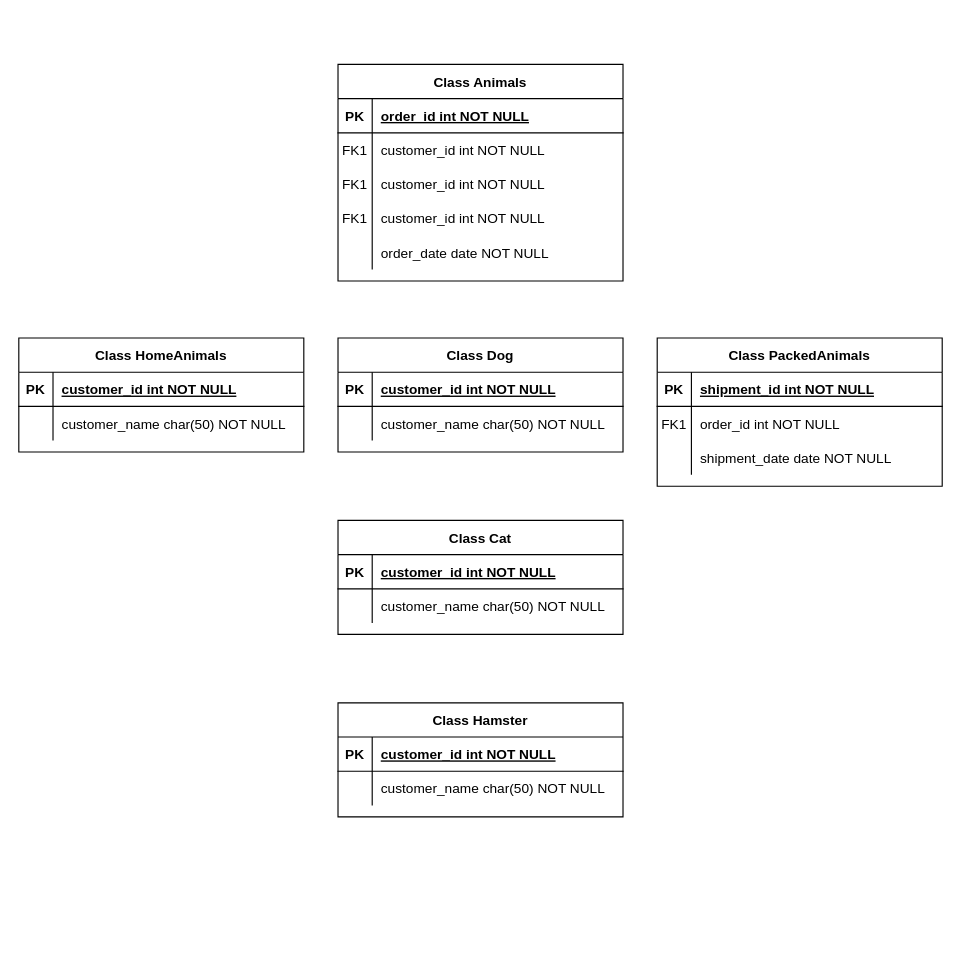
The draw.io diagram ClassesAnimals.drawio in 196-PetrT/GB_ControlWork3_Petr_T, before the edit. Source tidied: cells renumbered, new cells numbered last; positions are measured from the earlier drawing's top-left corner, leaving out a move shared by most shapes. Both pictures are drawn from the tidied source at 114%, with x=0, y=0 at pixel (18, 64).
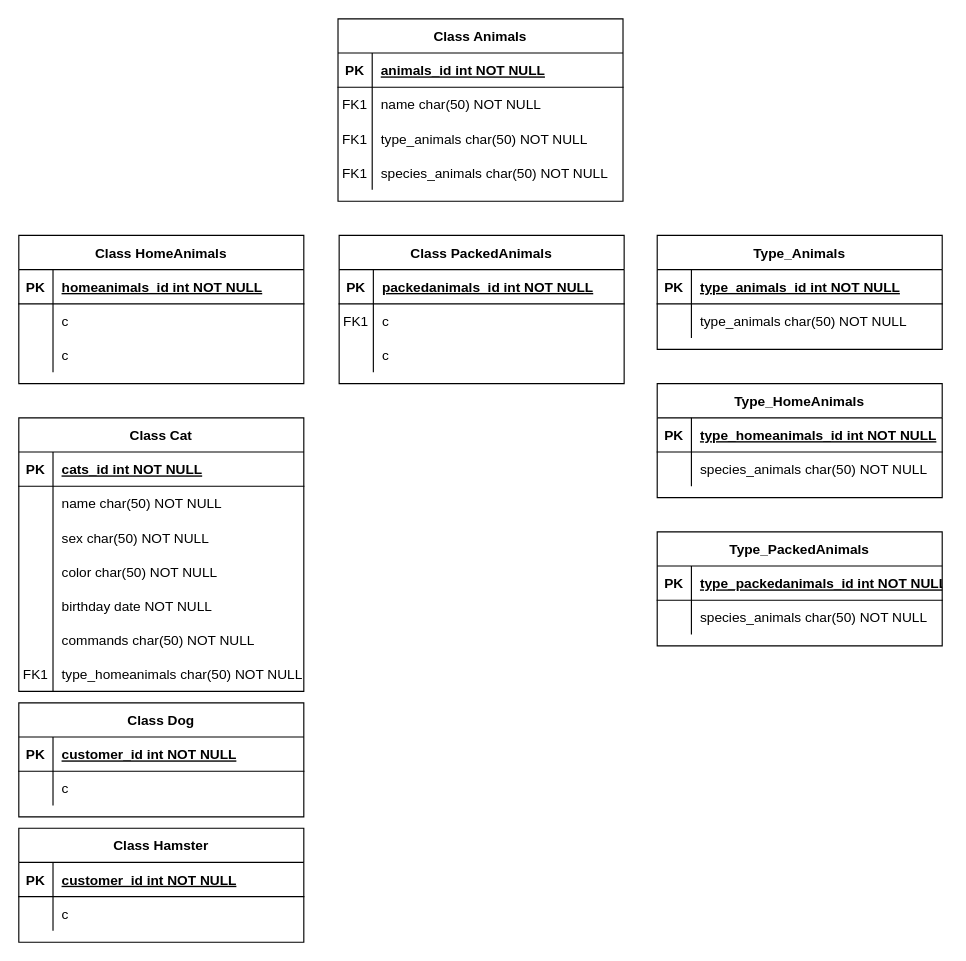
After the change.

The change refers to these unchanged cells:
```xml
<mxCell id="3" style="shape=partialRectangle;fillColor=none;top=0;left=0;right=0;bottom=1;" parent="2" vertex="1">
  <mxGeometry y="30" width="250" height="30" as="geometry" />
</mxCell>
<mxCell id="19" style="shape=partialRectangle;fillColor=none;top=0;left=0;right=0;bottom=1;" parent="18" vertex="1">
  <mxGeometry y="30" width="250" height="30" as="geometry" />
</mxCell>
<mxCell id="22" style="shape=partialRectangle;fillColor=none;top=0;left=0;right=0;bottom=0;" parent="18" vertex="1">
  <mxGeometry y="60" width="250" height="30" as="geometry" />
</mxCell>
<mxCell id="25" style="shape=partialRectangle;fillColor=none;top=0;left=0;right=0;bottom=0;" parent="18" vertex="1">
  <mxGeometry y="90" width="250" height="30" as="geometry" />
</mxCell>
<mxCell id="29" style="shape=partialRectangle;fillColor=none;top=0;left=0;right=0;bottom=1;" parent="28" vertex="1">
  <mxGeometry y="30" width="250" height="30" as="geometry" />
</mxCell>
<mxCell id="39" style="shape=partialRectangle;fillColor=none;top=0;left=0;right=0;bottom=0;" parent="35" vertex="1">
  <mxGeometry y="60" width="250" height="30" as="geometry" />
</mxCell>
<mxCell id="43" style="shape=partialRectangle;fillColor=none;top=0;left=0;right=0;bottom=1;" parent="42" vertex="1">
  <mxGeometry y="30" width="250" height="30" as="geometry" />
</mxCell>
<mxCell id="53" style="shape=partialRectangle;fillColor=none;top=0;left=0;right=0;bottom=0;" parent="49" vertex="1">
  <mxGeometry y="60" width="250" height="30" as="geometry" />
</mxCell>
```

What changed in the source:
```diff
@@
     <mxCell id="2" value="Class Animals" style="shape=table;startSize=30;childLayout=tableLayout;rowLines=0;fontStyle=1;align=center;" parent="1" vertex="1">
-      <mxGeometry x="280" width="250" height="190" as="geometry" />
+      <mxGeometry x="280" y="-40" width="250" height="160" as="geometry" />
     </mxCell>
@@
-    <mxCell id="5" value="order_id int NOT NULL " style="shape=partialRectangle;overflow=hidden;fillColor=none;top=0;left=0;bottom=0;right=0;align=left;spacingLeft=6;fontStyle=5;" parent="3" vertex="1">
+    <mxCell id="5" value="animals_id int NOT NULL " style="shape=partialRectangle;overflow=hidden;fillColor=none;top=0;left=0;bottom=0;right=0;align=left;spacingLeft=6;fontStyle=5;" parent="3" vertex="1">
       <mxGeometry x="30" width="220" height="30" as="geometry" />
     </mxCell>
+    <mxCell id="56" style="shape=partialRectangle;fillColor=none;top=0;left=0;right=0;bottom=0;" parent="2" vertex="1">
+      <mxGeometry y="60" width="250" height="30" as="geometry" />
+    </mxCell>
+    <mxCell id="57" value="FK1" style="shape=partialRectangle;overflow=hidden;fillColor=none;top=0;left=0;bottom=0;right=0;" parent="56" vertex="1">
+      <mxGeometry width="30" height="30" as="geometry" />
+    </mxCell>
+    <mxCell id="58" value="name char(50) NOT NULL" style="shape=partialRectangle;overflow=hidden;fillColor=none;top=0;left=0;bottom=0;right=0;align=left;spacingLeft=6;" parent="56" vertex="1">
+      <mxGeometry x="30" width="220" height="30" as="geometry" />
+    </mxCell>
+    <mxCell id="59" style="shape=partialRectangle;fillColor=none;top=0;left=0;right=0;bottom=0;" parent="2" vertex="1">
+      <mxGeometry y="90" width="250" height="30" as="geometry" />
+    </mxCell>
+    <mxCell id="60" value="FK1" style="shape=partialRectangle;overflow=hidden;fillColor=none;top=0;left=0;bottom=0;right=0;" parent="59" vertex="1">
+      <mxGeometry width="30" height="30" as="geometry" />
+    </mxCell>
+    <mxCell id="61" value="type_animals char(50) NOT NULL" style="shape=partialRectangle;overflow=hidden;fillColor=none;top=0;left=0;bottom=0;right=0;align=left;spacingLeft=6;" parent="59" vertex="1">
+      <mxGeometry x="30" width="220" height="30" as="geometry" />
+    </mxCell>
     <mxCell id="6" style="shape=partialRectangle;fillColor=none;top=0;left=0;right=0;bottom=0;" parent="2" vertex="1">
-      <mxGeometry y="60" width="250" height="30" as="geometry" />
+      <mxGeometry y="120" width="250" height="30" as="geometry" />
     </mxCell>
@@
-    <mxCell id="8" value="customer_id int NOT NULL" style="shape=partialRectangle;overflow=hidden;fillColor=none;top=0;left=0;bottom=0;right=0;align=left;spacingLeft=6;" parent="6" vertex="1">
+    <mxCell id="8" value="species_animals char(50) NOT NULL" style="shape=partialRectangle;overflow=hidden;fillColor=none;top=0;left=0;bottom=0;right=0;align=left;spacingLeft=6;" parent="6" vertex="1">
       <mxGeometry x="30" width="220" height="30" as="geometry" />
     </mxCell>
-    <mxCell id="9" style="shape=partialRectangle;fillColor=none;top=0;left=0;right=0;bottom=0;" parent="2" vertex="1">
-      <mxGeometry y="90" width="250" height="30" as="geometry" />
-    </mxCell>
-    <mxCell id="10" value="FK1" style="shape=partialRectangle;overflow=hidden;fillColor=none;top=0;left=0;bottom=0;right=0;" parent="9" vertex="1">
-      <mxGeometry width="30" height="30" as="geometry" />
-    </mxCell>
-    <mxCell id="11" value="customer_id int NOT NULL" style="shape=partialRectangle;overflow=hidden;fillColor=none;top=0;left=0;bottom=0;right=0;align=left;spacingLeft=6;" parent="9" vertex="1">
-      <mxGeometry x="30" width="220" height="30" as="geometry" />
-    </mxCell>
-    <mxCell id="12" style="shape=partialRectangle;fillColor=none;top=0;left=0;right=0;bottom=0;" parent="2" vertex="1">
-      <mxGeometry y="120" width="250" height="30" as="geometry" />
-    </mxCell>
-    <mxCell id="13" value="FK1" style="shape=partialRectangle;overflow=hidden;fillColor=none;top=0;left=0;bottom=0;right=0;" parent="12" vertex="1">
-      <mxGeometry width="30" height="30" as="geometry" />
-    </mxCell>
-    <mxCell id="14" value="customer_id int NOT NULL" style="shape=partialRectangle;overflow=hidden;fillColor=none;top=0;left=0;bottom=0;right=0;align=left;spacingLeft=6;" parent="12" vertex="1">
-      <mxGeometry x="30" width="220" height="30" as="geometry" />
-    </mxCell>
-    <mxCell id="15" style="shape=partialRectangle;fillColor=none;top=0;left=0;right=0;bottom=0;" parent="2" vertex="1">
-      <mxGeometry y="150" width="250" height="30" as="geometry" />
-    </mxCell>
-    <mxCell id="16" style="shape=partialRectangle;overflow=hidden;fillColor=none;top=0;left=0;bottom=0;right=0;" parent="15" vertex="1">
-      <mxGeometry width="30" height="30" as="geometry" />
-    </mxCell>
-    <mxCell id="17" value="order_date date NOT NULL" style="shape=partialRectangle;overflow=hidden;fillColor=none;top=0;left=0;bottom=0;right=0;align=left;spacingLeft=6;" parent="15" vertex="1">
-      <mxGeometry x="30" width="220" height="30" as="geometry" />
-    </mxCell>
     <mxCell id="18" value="Class PackedAnimals" style="shape=table;startSize=30;childLayout=tableLayout;rowLines=0;fontStyle=1;align=center;" parent="1" vertex="1">
-      <mxGeometry x="560" y="240" width="250" height="130" as="geometry" />
+      <mxGeometry x="281" y="150" width="250" height="130" as="geometry" />
     </mxCell>
@@
-    <mxCell id="21" value="shipment_id int NOT NULL " style="shape=partialRectangle;overflow=hidden;fillColor=none;top=0;left=0;bottom=0;right=0;align=left;spacingLeft=6;fontStyle=5;" parent="19" vertex="1">
+    <mxCell id="21" value="packedanimals_id int NOT NULL " style="shape=partialRectangle;overflow=hidden;fillColor=none;top=0;left=0;bottom=0;right=0;align=left;spacingLeft=6;fontStyle=5;" parent="19" vertex="1">
       <mxGeometry x="30" width="220" height="30" as="geometry" />
     </mxCell>
@@
-    <mxCell id="24" value="order_id int NOT NULL" style="shape=partialRectangle;overflow=hidden;fillColor=none;top=0;left=0;bottom=0;right=0;align=left;spacingLeft=6;" parent="22" vertex="1">
+    <mxCell id="24" value="с" style="shape=partialRectangle;overflow=hidden;fillColor=none;top=0;left=0;bottom=0;right=0;align=left;spacingLeft=6;" parent="22" vertex="1">
       <mxGeometry x="30" width="220" height="30" as="geometry" />
     </mxCell>
@@
-    <mxCell id="27" value="shipment_date date NOT NULL" style="shape=partialRectangle;overflow=hidden;fillColor=none;top=0;left=0;bottom=0;right=0;align=left;spacingLeft=6;" parent="25" vertex="1">
+    <mxCell id="27" value="с" style="shape=partialRectangle;overflow=hidden;fillColor=none;top=0;left=0;bottom=0;right=0;align=left;spacingLeft=6;" parent="25" vertex="1">
       <mxGeometry x="30" width="220" height="30" as="geometry" />
     </mxCell>
     <mxCell id="28" value="Class HomeAnimals" style="shape=table;startSize=30;childLayout=tableLayout;rowLines=0;fontStyle=1;align=center;" parent="1" vertex="1">
-      <mxGeometry y="240" width="250" height="100" as="geometry" />
+      <mxGeometry y="150" width="250" height="130" as="geometry" />
     </mxCell>
@@
-    <mxCell id="31" value="customer_id int NOT NULL " style="shape=partialRectangle;overflow=hidden;fillColor=none;top=0;left=0;bottom=0;right=0;align=left;spacingLeft=6;fontStyle=5;" parent="29" vertex="1">
+    <mxCell id="31" value="homeanimals_id int NOT NULL " style="shape=partialRectangle;overflow=hidden;fillColor=none;top=0;left=0;bottom=0;right=0;align=left;spacingLeft=6;fontStyle=5;" parent="29" vertex="1">
       <mxGeometry x="30" width="220" height="30" as="geometry" />
     </mxCell>
+    <mxCell id="62" style="shape=partialRectangle;fillColor=none;top=0;left=0;right=0;bottom=0;" parent="28" vertex="1">
+      <mxGeometry y="60" width="250" height="30" as="geometry" />
+    </mxCell>
+    <mxCell id="63" style="shape=partialRectangle;overflow=hidden;fillColor=none;top=0;left=0;bottom=0;right=0;" parent="62" vertex="1">
+      <mxGeometry width="30" height="30" as="geometry" />
+    </mxCell>
+    <mxCell id="64" value="c" style="shape=partialRectangle;overflow=hidden;fillColor=none;top=0;left=0;bottom=0;right=0;align=left;spacingLeft=6;" parent="62" vertex="1">
+      <mxGeometry x="30" width="220" height="30" as="geometry" />
+    </mxCell>
     <mxCell id="32" style="shape=partialRectangle;fillColor=none;top=0;left=0;right=0;bottom=0;" parent="28" vertex="1">
-      <mxGeometry y="60" width="250" height="30" as="geometry" />
+      <mxGeometry y="90" width="250" height="30" as="geometry" />
     </mxCell>
@@
-    <mxCell id="34" value="customer_name char(50) NOT NULL" style="shape=partialRectangle;overflow=hidden;fillColor=none;top=0;left=0;bottom=0;right=0;align=left;spacingLeft=6;" parent="32" vertex="1">
+    <mxCell id="34" value="c" style="shape=partialRectangle;overflow=hidden;fillColor=none;top=0;left=0;bottom=0;right=0;align=left;spacingLeft=6;" parent="32" vertex="1">
       <mxGeometry x="30" width="220" height="30" as="geometry" />
     </mxCell>
     <mxCell id="35" value="Class Dog" style="shape=table;startSize=30;childLayout=tableLayout;rowLines=0;fontStyle=1;align=center;" parent="1" vertex="1">
-      <mxGeometry x="280" y="240" width="250" height="100" as="geometry" />
+      <mxGeometry y="560" width="250" height="100" as="geometry" />
     </mxCell>
@@
-    <mxCell id="41" value="customer_name char(50) NOT NULL" style="shape=partialRectangle;overflow=hidden;fillColor=none;top=0;left=0;bottom=0;right=0;align=left;spacingLeft=6;" parent="39" vertex="1">
+    <mxCell id="41" value="с" style="shape=partialRectangle;overflow=hidden;fillColor=none;top=0;left=0;bottom=0;right=0;align=left;spacingLeft=6;" parent="39" vertex="1">
       <mxGeometry x="30" width="220" height="30" as="geometry" />
     </mxCell>
     <mxCell id="42" value="Class Cat" style="shape=table;startSize=30;childLayout=tableLayout;rowLines=0;fontStyle=1;align=center;" parent="1" vertex="1">
-      <mxGeometry x="280" y="400" width="250" height="100" as="geometry" />
+      <mxGeometry y="310" width="250" height="240" as="geometry" />
     </mxCell>
@@
-    <mxCell id="45" value="customer_id int NOT NULL " style="shape=partialRectangle;overflow=hidden;fillColor=none;top=0;left=0;bottom=0;right=0;align=left;spacingLeft=6;fontStyle=5;" parent="43" vertex="1">
+    <mxCell id="45" value="cats_id int NOT NULL " style="shape=partialRectangle;overflow=hidden;fillColor=none;top=0;left=0;bottom=0;right=0;align=left;spacingLeft=6;fontStyle=5;" parent="43" vertex="1">
       <mxGeometry x="30" width="220" height="30" as="geometry" />
     </mxCell>
-    <mxCell id="46" style="shape=partialRectangle;fillColor=none;top=0;left=0;right=0;bottom=0;" parent="42" vertex="1">
-      <mxGeometry y="60" width="250" height="30" as="geometry" />
-    </mxCell>
-    <mxCell id="47" style="shape=partialRectangle;overflow=hidden;fillColor=none;top=0;left=0;bottom=0;right=0;" parent="46" vertex="1">
-      <mxGeometry width="30" height="30" as="geometry" />
-    </mxCell>
-    <mxCell id="48" value="customer_name char(50) NOT NULL" style="shape=partialRectangle;overflow=hidden;fillColor=none;top=0;left=0;bottom=0;right=0;align=left;spacingLeft=6;" parent="46" vertex="1">
-      <mxGeometry x="30" width="220" height="30" as="geometry" />
-    </mxCell>
+    <mxCell id="65" style="shape=partialRectangle;fillColor=none;top=0;left=0;right=0;bottom=0;" parent="42" vertex="1">
+      <mxGeometry y="60" width="250" height="30" as="geometry" />
+    </mxCell>
+    <mxCell id="66" style="shape=partialRectangle;overflow=hidden;fillColor=none;top=0;left=0;bottom=0;right=0;" parent="65" vertex="1">
+      <mxGeometry width="30" height="30" as="geometry" />
+    </mxCell>
+    <mxCell id="67" value="name char(50) NOT NULL" style="shape=partialRectangle;overflow=hidden;fillColor=none;top=0;left=0;bottom=0;right=0;align=left;spacingLeft=6;" parent="65" vertex="1">
+      <mxGeometry x="30" width="220" height="30" as="geometry" />
+    </mxCell>
+    <mxCell id="68" style="shape=partialRectangle;fillColor=none;top=0;left=0;right=0;bottom=0;" parent="42" vertex="1">
+      <mxGeometry y="90" width="250" height="30" as="geometry" />
+    </mxCell>
+    <mxCell id="69" style="shape=partialRectangle;overflow=hidden;fillColor=none;top=0;left=0;bottom=0;right=0;" parent="68" vertex="1">
+      <mxGeometry width="30" height="30" as="geometry" />
+    </mxCell>
+    <mxCell id="70" value="sex char(50) NOT NULL" style="shape=partialRectangle;overflow=hidden;fillColor=none;top=0;left=0;bottom=0;right=0;align=left;spacingLeft=6;" parent="68" vertex="1">
+      <mxGeometry x="30" width="220" height="30" as="geometry" />
+    </mxCell>
+    <mxCell id="12" style="shape=partialRectangle;fillColor=none;top=0;left=0;right=0;bottom=0;" parent="42" vertex="1">
+      <mxGeometry y="120" width="250" height="30" as="geometry" />
+    </mxCell>
+    <mxCell id="71" style="shape=partialRectangle;overflow=hidden;fillColor=none;top=0;left=0;bottom=0;right=0;" parent="12" vertex="1">
+      <mxGeometry width="30" height="30" as="geometry" />
+    </mxCell>
+    <mxCell id="72" value="color char(50) NOT NULL" style="shape=partialRectangle;overflow=hidden;fillColor=none;top=0;left=0;bottom=0;right=0;align=left;spacingLeft=6;" parent="12" vertex="1">
+      <mxGeometry x="30" width="220" height="30" as="geometry" />
+    </mxCell>
+    <mxCell id="15" style="shape=partialRectangle;fillColor=none;top=0;left=0;right=0;bottom=0;" parent="42" vertex="1">
+      <mxGeometry y="150" width="250" height="30" as="geometry" />
+    </mxCell>
+    <mxCell id="73" style="shape=partialRectangle;overflow=hidden;fillColor=none;top=0;left=0;bottom=0;right=0;" parent="15" vertex="1">
+      <mxGeometry width="30" height="30" as="geometry" />
+    </mxCell>
+    <mxCell id="74" value="birthday date NOT NULL" style="shape=partialRectangle;overflow=hidden;fillColor=none;top=0;left=0;bottom=0;right=0;align=left;spacingLeft=6;" parent="15" vertex="1">
+      <mxGeometry x="30" width="220" height="30" as="geometry" />
+    </mxCell>
+    <mxCell id="75" style="shape=partialRectangle;fillColor=none;top=0;left=0;right=0;bottom=0;" parent="42" vertex="1">
+      <mxGeometry y="180" width="250" height="30" as="geometry" />
+    </mxCell>
+    <mxCell id="76" style="shape=partialRectangle;overflow=hidden;fillColor=none;top=0;left=0;bottom=0;right=0;" parent="75" vertex="1">
+      <mxGeometry width="30" height="30" as="geometry" />
+    </mxCell>
+    <mxCell id="77" value="commands char(50) NOT NULL" style="shape=partialRectangle;overflow=hidden;fillColor=none;top=0;left=0;bottom=0;right=0;align=left;spacingLeft=6;" parent="75" vertex="1">
+      <mxGeometry x="30" width="220" height="30" as="geometry" />
+    </mxCell>
+    <mxCell id="78" style="shape=partialRectangle;fillColor=none;top=0;left=0;right=0;bottom=0;" parent="42" vertex="1">
+      <mxGeometry y="210" width="250" height="30" as="geometry" />
+    </mxCell>
+    <mxCell id="79" value="FK1" style="shape=partialRectangle;overflow=hidden;fillColor=none;top=0;left=0;bottom=0;right=0;" parent="78" vertex="1">
+      <mxGeometry width="30" height="30" as="geometry" />
+    </mxCell>
+    <mxCell id="80" value="type_homeanimals char(50) NOT NULL" style="shape=partialRectangle;overflow=hidden;fillColor=none;top=0;left=0;bottom=0;right=0;align=left;spacingLeft=6;" parent="78" vertex="1">
+      <mxGeometry x="30" width="220" height="30" as="geometry" />
+    </mxCell>
     <mxCell id="49" value="Class Hamster" style="shape=table;startSize=30;childLayout=tableLayout;rowLines=0;fontStyle=1;align=center;" parent="1" vertex="1">
-      <mxGeometry x="280" y="560" width="250" height="100" as="geometry" />
+      <mxGeometry y="670" width="250" height="100" as="geometry" />
     </mxCell>
@@
-    <mxCell id="55" value="customer_name char(50) NOT NULL" style="shape=partialRectangle;overflow=hidden;fillColor=none;top=0;left=0;bottom=0;right=0;align=left;spacingLeft=6;" parent="53" vertex="1">
+    <mxCell id="55" value="с" style="shape=partialRectangle;overflow=hidden;fillColor=none;top=0;left=0;bottom=0;right=0;align=left;spacingLeft=6;" parent="53" vertex="1">
       <mxGeometry x="30" width="220" height="30" as="geometry" />
     </mxCell>
+    <mxCell id="81" value="Type_Animals" style="shape=table;startSize=30;childLayout=tableLayout;rowLines=0;fontStyle=1;align=center;" parent="1" vertex="1">
+      <mxGeometry x="560" y="150" width="250" height="100" as="geometry" />
+    </mxCell>
+    <mxCell id="82" style="shape=partialRectangle;fillColor=none;top=0;left=0;right=0;bottom=1;" parent="81" vertex="1">
+      <mxGeometry y="30" width="250" height="30" as="geometry" />
+    </mxCell>
+    <mxCell id="83" value="PK" style="shape=partialRectangle;overflow=hidden;fillColor=none;top=0;left=0;bottom=0;right=0;fontStyle=1;" parent="82" vertex="1">
+      <mxGeometry width="30" height="30" as="geometry" />
+    </mxCell>
+    <mxCell id="84" value="type_animals_id int NOT NULL " style="shape=partialRectangle;overflow=hidden;fillColor=none;top=0;left=0;bottom=0;right=0;align=left;spacingLeft=6;fontStyle=5;" parent="82" vertex="1">
+      <mxGeometry x="30" width="220" height="30" as="geometry" />
+    </mxCell>
+    <mxCell id="85" style="shape=partialRectangle;fillColor=none;top=0;left=0;right=0;bottom=0;" parent="81" vertex="1">
+      <mxGeometry y="60" width="250" height="30" as="geometry" />
+    </mxCell>
+    <mxCell id="86" style="shape=partialRectangle;overflow=hidden;fillColor=none;top=0;left=0;bottom=0;right=0;" parent="85" vertex="1">
+      <mxGeometry width="30" height="30" as="geometry" />
+    </mxCell>
+    <mxCell id="87" value="type_animals char(50) NOT NULL" style="shape=partialRectangle;overflow=hidden;fillColor=none;top=0;left=0;bottom=0;right=0;align=left;spacingLeft=6;" parent="85" vertex="1">
+      <mxGeometry x="30" width="220" height="30" as="geometry" />
+    </mxCell>
+    <mxCell id="88" value="Type_HomeAnimals" style="shape=table;startSize=30;childLayout=tableLayout;rowLines=0;fontStyle=1;align=center;" parent="1" vertex="1">
+      <mxGeometry x="560" y="280" width="250" height="100" as="geometry" />
+    </mxCell>
+    <mxCell id="89" style="shape=partialRectangle;fillColor=none;top=0;left=0;right=0;bottom=1;" parent="88" vertex="1">
+      <mxGeometry y="30" width="250" height="30" as="geometry" />
+    </mxCell>
+    <mxCell id="90" value="PK" style="shape=partialRectangle;overflow=hidden;fillColor=none;top=0;left=0;bottom=0;right=0;fontStyle=1;" parent="89" vertex="1">
+      <mxGeometry width="30" height="30" as="geometry" />
+    </mxCell>
+    <mxCell id="91" value="type_homeanimals_id int NOT NULL " style="shape=partialRectangle;overflow=hidden;fillColor=none;top=0;left=0;bottom=0;right=0;align=left;spacingLeft=6;fontStyle=5;" parent="89" vertex="1">
+      <mxGeometry x="30" width="220" height="30" as="geometry" />
+    </mxCell>
+    <mxCell id="92" style="shape=partialRectangle;fillColor=none;top=0;left=0;right=0;bottom=0;" parent="88" vertex="1">
+      <mxGeometry y="60" width="250" height="30" as="geometry" />
+    </mxCell>
+    <mxCell id="93" style="shape=partialRectangle;overflow=hidden;fillColor=none;top=0;left=0;bottom=0;right=0;" parent="92" vertex="1">
+      <mxGeometry width="30" height="30" as="geometry" />
+    </mxCell>
+    <mxCell id="94" value="species_animals char(50) NOT NULL" style="shape=partialRectangle;overflow=hidden;fillColor=none;top=0;left=0;bottom=0;right=0;align=left;spacingLeft=6;" parent="92" vertex="1">
+      <mxGeometry x="30" width="220" height="30" as="geometry" />
+    </mxCell>
+    <mxCell id="95" value="Type_PackedAnimals" style="shape=table;startSize=30;childLayout=tableLayout;rowLines=0;fontStyle=1;align=center;" parent="1" vertex="1">
+      <mxGeometry x="560" y="410" width="250" height="100" as="geometry" />
+    </mxCell>
+    <mxCell id="96" style="shape=partialRectangle;fillColor=none;top=0;left=0;right=0;bottom=1;" parent="95" vertex="1">
+      <mxGeometry y="30" width="250" height="30" as="geometry" />
+    </mxCell>
+    <mxCell id="97" value="PK" style="shape=partialRectangle;overflow=hidden;fillColor=none;top=0;left=0;bottom=0;right=0;fontStyle=1;" parent="96" vertex="1">
+      <mxGeometry width="30" height="30" as="geometry" />
+    </mxCell>
+    <mxCell id="98" value="type_packedanimals_id int NOT NULL " style="shape=partialRectangle;overflow=hidden;fillColor=none;top=0;left=0;bottom=0;right=0;align=left;spacingLeft=6;fontStyle=5;" parent="96" vertex="1">
+      <mxGeometry x="30" width="220" height="30" as="geometry" />
+    </mxCell>
+    <mxCell id="99" style="shape=partialRectangle;fillColor=none;top=0;left=0;right=0;bottom=0;" parent="95" vertex="1">
+      <mxGeometry y="60" width="250" height="30" as="geometry" />
+    </mxCell>
+    <mxCell id="100" style="shape=partialRectangle;overflow=hidden;fillColor=none;top=0;left=0;bottom=0;right=0;" parent="99" vertex="1">
+      <mxGeometry width="30" height="30" as="geometry" />
+    </mxCell>
+    <mxCell id="101" value="species_animals char(50) NOT NULL" style="shape=partialRectangle;overflow=hidden;fillColor=none;top=0;left=0;bottom=0;right=0;align=left;spacingLeft=6;" parent="99" vertex="1">
+      <mxGeometry x="30" width="220" height="30" as="geometry" />
+    </mxCell>
```
